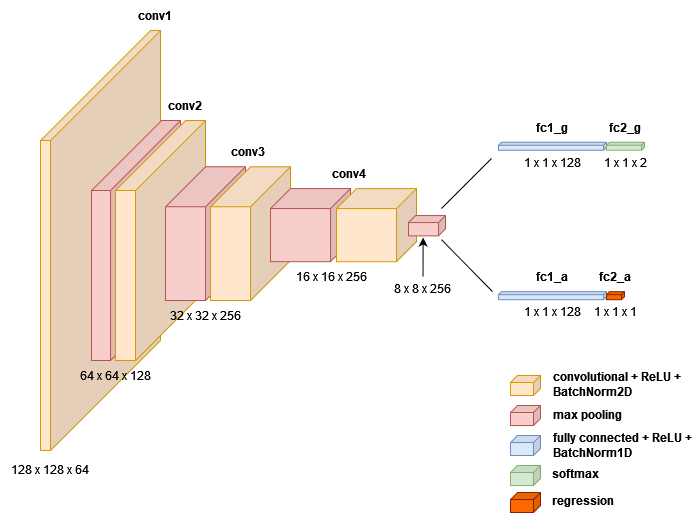
Before: Latex/images/shared_cnn.png, a diagram exported from draw.io (plspeziali/AgeGender-CNN). Source tidied: cells renumbered, new cells last; positions are measured from the earlier drawing's top-left corner, leaving out a move shared by most shapes. Its diagram source:
```xml
<mxGraphModel>
  <root>
    <mxCell id="0" />
    <mxCell id="1" parent="0" />
    <mxCell id="2" style="shape=cube;whiteSpace=wrap;html=1;boundedLbl=1;backgroundOutline=1;darkOpacity=0.05;darkOpacity2=0.1;size=110;direction=east;flipH=1;fillColor=#ffe6cc;strokeColor=#d79b00;" parent="1" vertex="1">
      <mxGeometry x="40" y="30" width="120" height="420" as="geometry" />
    </mxCell>
    <mxCell id="3" style="shape=cube;whiteSpace=wrap;html=1;boundedLbl=1;backgroundOutline=1;darkOpacity=0.05;darkOpacity2=0.1;size=70;direction=east;flipH=1;fillColor=#f8cecc;strokeColor=#b85450;" parent="1" vertex="1">
      <mxGeometry x="91" y="120" width="89" height="240" as="geometry" />
    </mxCell>
    <mxCell id="4" style="shape=cube;whiteSpace=wrap;html=1;boundedLbl=1;backgroundOutline=1;darkOpacity=0.05;darkOpacity2=0.1;size=70;direction=east;flipH=1;fillColor=#ffe6cc;strokeColor=#d79b00;" parent="1" vertex="1">
      <mxGeometry x="115" y="120" width="90" height="240" as="geometry" />
    </mxCell>
    <mxCell id="5" style="shape=cube;whiteSpace=wrap;html=1;boundedLbl=1;backgroundOutline=1;darkOpacity=0.05;darkOpacity2=0.1;size=40;direction=east;flipH=1;fillColor=#f8cecc;strokeColor=#b85450;" parent="1" vertex="1">
      <mxGeometry x="165" y="166.2" width="80" height="133.8" as="geometry" />
    </mxCell>
    <mxCell id="6" style="shape=cube;whiteSpace=wrap;html=1;boundedLbl=1;backgroundOutline=1;darkOpacity=0.05;darkOpacity2=0.1;size=40;direction=east;flipH=1;fillColor=#ffe6cc;strokeColor=#d79b00;" parent="1" vertex="1">
      <mxGeometry x="210" y="166.2" width="80" height="133.8" as="geometry" />
    </mxCell>
    <mxCell id="7" style="shape=cube;whiteSpace=wrap;html=1;boundedLbl=1;backgroundOutline=1;darkOpacity=0.05;darkOpacity2=0.1;size=20;direction=east;flipH=1;fillColor=#f8cecc;strokeColor=#b85450;" parent="1" vertex="1">
      <mxGeometry x="270" y="188" width="80" height="73.1" as="geometry" />
    </mxCell>
    <mxCell id="8" style="shape=cube;whiteSpace=wrap;html=1;boundedLbl=1;backgroundOutline=1;darkOpacity=0.05;darkOpacity2=0.1;size=3;direction=east;flipH=1;fillColor=#dae8fc;strokeColor=#6c8ebf;" parent="1" vertex="1">
      <mxGeometry x="498" y="141.8" width="108" height="8" as="geometry" />
    </mxCell>
    <mxCell id="9" style="shape=cube;whiteSpace=wrap;html=1;boundedLbl=1;backgroundOutline=1;darkOpacity=0.05;darkOpacity2=0.1;size=7;direction=east;flipH=1;fillColor=#ffe6cc;strokeColor=#d79b00;" parent="1" vertex="1">
      <mxGeometry x="510" y="374.9" width="30" height="20" as="geometry" />
    </mxCell>
    <mxCell id="10" style="shape=cube;whiteSpace=wrap;html=1;boundedLbl=1;backgroundOutline=1;darkOpacity=0.05;darkOpacity2=0.1;size=7;direction=east;flipH=1;fillColor=#f8cecc;strokeColor=#b85450;" parent="1" vertex="1">
      <mxGeometry x="510" y="404.9" width="30" height="20" as="geometry" />
    </mxCell>
    <mxCell id="11" style="shape=cube;whiteSpace=wrap;html=1;boundedLbl=1;backgroundOutline=1;darkOpacity=0.05;darkOpacity2=0.1;size=7;direction=east;flipH=1;fillColor=#dae8fc;strokeColor=#6c8ebf;" parent="1" vertex="1">
      <mxGeometry x="510" y="434.9" width="30" height="20" as="geometry" />
    </mxCell>
    <mxCell id="12" style="shape=cube;whiteSpace=wrap;html=1;boundedLbl=1;backgroundOutline=1;darkOpacity=0.05;darkOpacity2=0.1;size=3;direction=east;flipH=1;fillColor=#d5e8d4;strokeColor=#82b366;" parent="1" vertex="1">
      <mxGeometry x="606" y="141.8" width="38" height="8" as="geometry" />
    </mxCell>
    <mxCell id="13" style="shape=cube;whiteSpace=wrap;html=1;boundedLbl=1;backgroundOutline=1;darkOpacity=0.05;darkOpacity2=0.1;size=7;direction=east;flipH=1;fillColor=#d5e8d4;strokeColor=#82b366;" parent="1" vertex="1">
      <mxGeometry x="510" y="464.9" width="30" height="20" as="geometry" />
    </mxCell>
    <mxCell id="14" value="&lt;b&gt;conv1&lt;/b&gt;" style="text;html=1;strokeColor=none;fillColor=none;align=center;verticalAlign=middle;whiteSpace=wrap;rounded=0;" parent="1" vertex="1">
      <mxGeometry x="135" width="40" height="30" as="geometry" />
    </mxCell>
    <mxCell id="15" value="&lt;b&gt;conv2&lt;/b&gt;" style="text;html=1;strokeColor=none;fillColor=none;align=center;verticalAlign=middle;whiteSpace=wrap;rounded=0;" parent="1" vertex="1">
      <mxGeometry x="165" y="90" width="40" height="30" as="geometry" />
    </mxCell>
    <mxCell id="16" value="&lt;b&gt;conv3&lt;/b&gt;" style="text;html=1;strokeColor=none;fillColor=none;align=center;verticalAlign=middle;whiteSpace=wrap;rounded=0;" parent="1" vertex="1">
      <mxGeometry x="228" y="136.2" width="40" height="30" as="geometry" />
    </mxCell>
    <mxCell id="17" value="&lt;b&gt;conv4&lt;/b&gt;" style="text;html=1;strokeColor=none;fillColor=none;align=center;verticalAlign=middle;whiteSpace=wrap;rounded=0;" parent="1" vertex="1">
      <mxGeometry x="329" y="158" width="40" height="30" as="geometry" />
    </mxCell>
    <mxCell id="18" value="&lt;b&gt;fc1_g&lt;/b&gt;" style="text;html=1;strokeColor=none;fillColor=none;align=center;verticalAlign=middle;whiteSpace=wrap;rounded=0;" parent="1" vertex="1">
      <mxGeometry x="532" y="111.8" width="40" height="30" as="geometry" />
    </mxCell>
    <mxCell id="19" value="128 x 128 x 64" style="text;html=1;strokeColor=none;fillColor=none;align=center;verticalAlign=middle;whiteSpace=wrap;rounded=0;" parent="1" vertex="1">
      <mxGeometry y="450" width="99" height="37" as="geometry" />
    </mxCell>
    <mxCell id="20" value="64 x 64 x 128" style="text;html=1;strokeColor=none;fillColor=none;align=center;verticalAlign=middle;whiteSpace=wrap;rounded=0;" parent="1" vertex="1">
      <mxGeometry x="66" y="360" width="99" height="30" as="geometry" />
    </mxCell>
    <mxCell id="21" value="32 x 32 x 256" style="text;html=1;strokeColor=none;fillColor=none;align=center;verticalAlign=middle;whiteSpace=wrap;rounded=0;" parent="1" vertex="1">
      <mxGeometry x="155.5" y="300" width="99" height="30" as="geometry" />
    </mxCell>
    <mxCell id="22" value="16 x 16 x 256" style="text;html=1;strokeColor=none;fillColor=none;align=center;verticalAlign=middle;whiteSpace=wrap;rounded=0;" parent="1" vertex="1">
      <mxGeometry x="282" y="261.1" width="99" height="30" as="geometry" />
    </mxCell>
    <mxCell id="23" value="8 x 8 x 256" style="text;html=1;strokeColor=none;fillColor=none;align=center;verticalAlign=middle;whiteSpace=wrap;rounded=0;" parent="1" vertex="1">
      <mxGeometry x="373" y="276.1" width="99" height="23.9" as="geometry" />
    </mxCell>
    <mxCell id="24" style="endArrow=classic;html=1;entryX=0.605;entryY=1.084;entryDx=0;entryDy=0;entryPerimeter=0;" parent="1" edge="1" source="23" target="31">
      <mxGeometry relative="1" as="geometry" />
    </mxCell>
    <mxCell id="25" value="1 x 1 x 2" style="text;html=1;strokeColor=none;fillColor=none;align=center;verticalAlign=middle;whiteSpace=wrap;rounded=0;" parent="1" vertex="1">
      <mxGeometry x="575.5" y="149.8" width="99" height="24" as="geometry" />
    </mxCell>
    <mxCell id="26" value="convolutional + ReLU + BatchNorm2D" style="text;html=1;strokeColor=none;fillColor=none;align=left;verticalAlign=middle;whiteSpace=wrap;rounded=0;fontStyle=1;" parent="1" vertex="1">
      <mxGeometry x="551" y="372" width="138" height="23.9" as="geometry" />
    </mxCell>
    <mxCell id="27" value="max pooling" style="text;html=1;strokeColor=none;fillColor=none;align=left;verticalAlign=middle;whiteSpace=wrap;rounded=0;fontStyle=1;" parent="1" vertex="1">
      <mxGeometry x="551" y="402" width="138" height="23.9" as="geometry" />
    </mxCell>
    <mxCell id="28" value="fully connected + ReLU + BatchNorm1D" style="text;html=1;strokeColor=none;fillColor=none;align=left;verticalAlign=middle;whiteSpace=wrap;rounded=0;fontStyle=1;" parent="1" vertex="1">
      <mxGeometry x="551" y="433.1" width="147" height="23.9" as="geometry" />
    </mxCell>
    <mxCell id="29" value="softmax" style="text;html=1;strokeColor=none;fillColor=none;align=left;verticalAlign=middle;whiteSpace=wrap;rounded=0;fontStyle=1;" parent="1" vertex="1">
      <mxGeometry x="550" y="461.1" width="138" height="23.9" as="geometry" />
    </mxCell>
    <mxCell id="30" style="shape=cube;whiteSpace=wrap;html=1;boundedLbl=1;backgroundOutline=1;darkOpacity=0.05;darkOpacity2=0.1;size=20;direction=east;flipH=1;fillColor=#ffe6cc;strokeColor=#d79b00;" parent="1" vertex="1">
      <mxGeometry x="336" y="188" width="80" height="73.1" as="geometry" />
    </mxCell>
    <mxCell id="31" style="shape=cube;whiteSpace=wrap;html=1;boundedLbl=1;backgroundOutline=1;darkOpacity=0.05;darkOpacity2=0.1;size=7;direction=east;flipH=1;fillColor=#f8cecc;strokeColor=#b85450;" parent="1" vertex="1">
      <mxGeometry x="408" y="215" width="37" height="20.3" as="geometry" />
    </mxCell>
    <mxCell id="32" value="1 x 1 x 128" style="text;html=1;strokeColor=none;fillColor=none;align=center;verticalAlign=middle;whiteSpace=wrap;rounded=0;" parent="1" vertex="1">
      <mxGeometry x="502.5" y="149.8" width="99" height="24" as="geometry" />
    </mxCell>
    <mxCell id="33" value="&lt;b&gt;fc2_g&lt;/b&gt;" style="text;html=1;strokeColor=none;fillColor=none;align=center;verticalAlign=middle;whiteSpace=wrap;rounded=0;" parent="1" vertex="1">
      <mxGeometry x="605" y="111.8" width="40" height="30" as="geometry" />
    </mxCell>
    <mxCell id="34" style="endArrow=none;html=1;rounded=0;" parent="1" edge="1">
      <mxGeometry relative="1" as="geometry">
        <mxPoint x="441" y="208" as="sourcePoint" />
        <mxPoint x="491" y="158" as="targetPoint" />
      </mxGeometry>
    </mxCell>
    <mxCell id="35" style="shape=cube;whiteSpace=wrap;html=1;boundedLbl=1;backgroundOutline=1;darkOpacity=0.05;darkOpacity2=0.1;size=7;direction=east;flipH=1;fillColor=#fa6800;strokeColor=#852400;fontColor=#000000;" parent="1" vertex="1">
      <mxGeometry x="510" y="492" width="30" height="20" as="geometry" />
    </mxCell>
    <mxCell id="36" value="regression" style="text;html=1;strokeColor=none;fillColor=none;align=left;verticalAlign=middle;whiteSpace=wrap;rounded=0;fontStyle=1;" parent="1" vertex="1">
      <mxGeometry x="550" y="488.1" width="138" height="23.9" as="geometry" />
    </mxCell>
    <mxCell id="37" style="endArrow=none;html=1;rounded=0;" parent="1" edge="1">
      <mxGeometry relative="1" as="geometry">
        <mxPoint x="441" y="239.1" as="sourcePoint" />
        <mxPoint x="492" y="291.1" as="targetPoint" />
      </mxGeometry>
    </mxCell>
    <mxCell id="38" style="shape=cube;whiteSpace=wrap;html=1;boundedLbl=1;backgroundOutline=1;darkOpacity=0.05;darkOpacity2=0.1;size=3;direction=east;flipH=1;fillColor=#dae8fc;strokeColor=#6c8ebf;" parent="1" vertex="1">
      <mxGeometry x="498" y="291.1" width="108" height="8" as="geometry" />
    </mxCell>
    <mxCell id="39" style="shape=cube;whiteSpace=wrap;html=1;boundedLbl=1;backgroundOutline=1;darkOpacity=0.05;darkOpacity2=0.1;size=3;direction=east;flipH=1;fillColor=#fa6800;strokeColor=#852400;fontColor=#000000;" parent="1" vertex="1">
      <mxGeometry x="606" y="291.1" width="18" height="8" as="geometry" />
    </mxCell>
    <mxCell id="40" value="&lt;b&gt;fc1_a&lt;/b&gt;" style="text;html=1;strokeColor=none;fillColor=none;align=center;verticalAlign=middle;whiteSpace=wrap;rounded=0;" parent="1" vertex="1">
      <mxGeometry x="532" y="261.1" width="40" height="30" as="geometry" />
    </mxCell>
    <mxCell id="41" value="1 x 1 x 1" style="text;html=1;strokeColor=none;fillColor=none;align=center;verticalAlign=middle;whiteSpace=wrap;rounded=0;" parent="1" vertex="1">
      <mxGeometry x="565.5" y="299.1" width="99" height="24" as="geometry" />
    </mxCell>
    <mxCell id="42" value="1 x 1 x 128" style="text;html=1;strokeColor=none;fillColor=none;align=center;verticalAlign=middle;whiteSpace=wrap;rounded=0;" parent="1" vertex="1">
      <mxGeometry x="502.5" y="299.1" width="99" height="24" as="geometry" />
    </mxCell>
    <mxCell id="43" value="&lt;b&gt;fc2_a&lt;/b&gt;" style="text;html=1;strokeColor=none;fillColor=none;align=center;verticalAlign=middle;whiteSpace=wrap;rounded=0;" parent="1" vertex="1">
      <mxGeometry x="595" y="261.1" width="40" height="30" as="geometry" />
    </mxCell>
  </root>
</mxGraphModel>
```
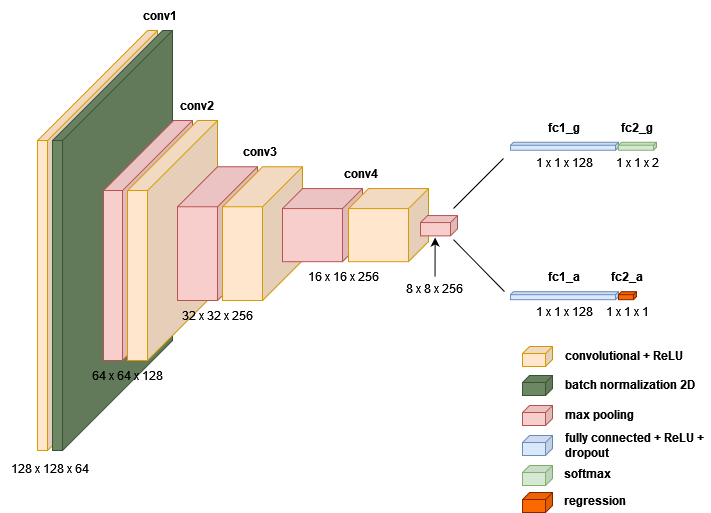
Later version of the same file.

Diff of the diagram source:
```diff
@@ -2,7 +2,16 @@
   <root>
     <mxCell id="0" />
     <mxCell id="1" parent="0" />
+    <mxCell id="44" style="shape=cube;whiteSpace=wrap;html=1;boundedLbl=1;backgroundOutline=1;darkOpacity=0.05;darkOpacity2=0.1;size=110;direction=east;flipH=1;fillColor=#ffe6cc;strokeColor=#d79b00;" parent="1" vertex="1">
+      <mxGeometry x="25" y="30" width="120" height="420" as="geometry" />
+    </mxCell>
+    <mxCell id="14" value="&lt;b&gt;conv1&lt;/b&gt;" style="text;html=1;strokeColor=none;fillColor=none;align=center;verticalAlign=middle;whiteSpace=wrap;rounded=0;" parent="1" vertex="1">
+      <mxGeometry x="128" width="40" height="30" as="geometry" />
+    </mxCell>
+    <mxCell id="19" value="128 x 128 x 64" style="text;html=1;strokeColor=none;fillColor=none;align=center;verticalAlign=middle;whiteSpace=wrap;rounded=0;" parent="1" vertex="1">
+      <mxGeometry x="-12" y="450" width="99" height="37" as="geometry" />
+    </mxCell>
-    <mxCell id="2" style="shape=cube;whiteSpace=wrap;html=1;boundedLbl=1;backgroundOutline=1;darkOpacity=0.05;darkOpacity2=0.1;size=110;direction=east;flipH=1;fillColor=#ffe6cc;strokeColor=#d79b00;" parent="1" vertex="1">
+    <mxCell id="2" style="shape=cube;whiteSpace=wrap;html=1;boundedLbl=1;backgroundOutline=1;darkOpacity=0.05;darkOpacity2=0.1;size=110;direction=east;flipH=1;fillColor=#6d8764;strokeColor=#3A5431;fontColor=#ffffff;" parent="1" vertex="1">
       <mxGeometry x="40" y="30" width="120" height="420" as="geometry" />
     </mxCell>
     <mxCell id="3" style="shape=cube;whiteSpace=wrap;html=1;boundedLbl=1;backgroundOutline=1;darkOpacity=0.05;darkOpacity2=0.1;size=70;direction=east;flipH=1;fillColor=#f8cecc;strokeColor=#b85450;" parent="1" vertex="1">
@@ -23,7 +32,7 @@
     <mxCell id="8" style="shape=cube;whiteSpace=wrap;html=1;boundedLbl=1;backgroundOutline=1;darkOpacity=0.05;darkOpacity2=0.1;size=3;direction=east;flipH=1;fillColor=#dae8fc;strokeColor=#6c8ebf;" parent="1" vertex="1">
       <mxGeometry x="498" y="141.8" width="108" height="8" as="geometry" />
     </mxCell>
-    <mxCell id="9" style="shape=cube;whiteSpace=wrap;html=1;boundedLbl=1;backgroundOutline=1;darkOpacity=0.05;darkOpacity2=0.1;size=7;direction=east;flipH=1;fillColor=#ffe6cc;strokeColor=#d79b00;" parent="1" vertex="1">
+    <mxCell id="9" style="shape=cube;whiteSpace=wrap;html=1;boundedLbl=1;backgroundOutline=1;darkOpacity=0.05;darkOpacity2=0.1;size=7;direction=east;flipH=1;fillColor=#6d8764;strokeColor=#3A5431;fontColor=#ffffff;" parent="1" vertex="1">
       <mxGeometry x="510" y="374.9" width="30" height="20" as="geometry" />
     </mxCell>
     <mxCell id="10" style="shape=cube;whiteSpace=wrap;html=1;boundedLbl=1;backgroundOutline=1;darkOpacity=0.05;darkOpacity2=0.1;size=7;direction=east;flipH=1;fillColor=#f8cecc;strokeColor=#b85450;" parent="1" vertex="1">
@@ -38,9 +47,6 @@
     <mxCell id="13" style="shape=cube;whiteSpace=wrap;html=1;boundedLbl=1;backgroundOutline=1;darkOpacity=0.05;darkOpacity2=0.1;size=7;direction=east;flipH=1;fillColor=#d5e8d4;strokeColor=#82b366;" parent="1" vertex="1">
       <mxGeometry x="510" y="464.9" width="30" height="20" as="geometry" />
     </mxCell>
-    <mxCell id="14" value="&lt;b&gt;conv1&lt;/b&gt;" style="text;html=1;strokeColor=none;fillColor=none;align=center;verticalAlign=middle;whiteSpace=wrap;rounded=0;" parent="1" vertex="1">
-      <mxGeometry x="135" width="40" height="30" as="geometry" />
-    </mxCell>
     <mxCell id="15" value="&lt;b&gt;conv2&lt;/b&gt;" style="text;html=1;strokeColor=none;fillColor=none;align=center;verticalAlign=middle;whiteSpace=wrap;rounded=0;" parent="1" vertex="1">
       <mxGeometry x="165" y="90" width="40" height="30" as="geometry" />
     </mxCell>
@@ -53,9 +59,6 @@
     <mxCell id="18" value="&lt;b&gt;fc1_g&lt;/b&gt;" style="text;html=1;strokeColor=none;fillColor=none;align=center;verticalAlign=middle;whiteSpace=wrap;rounded=0;" parent="1" vertex="1">
       <mxGeometry x="532" y="111.8" width="40" height="30" as="geometry" />
     </mxCell>
-    <mxCell id="19" value="128 x 128 x 64" style="text;html=1;strokeColor=none;fillColor=none;align=center;verticalAlign=middle;whiteSpace=wrap;rounded=0;" parent="1" vertex="1">
-      <mxGeometry y="450" width="99" height="37" as="geometry" />
-    </mxCell>
     <mxCell id="20" value="64 x 64 x 128" style="text;html=1;strokeColor=none;fillColor=none;align=center;verticalAlign=middle;whiteSpace=wrap;rounded=0;" parent="1" vertex="1">
       <mxGeometry x="66" y="360" width="99" height="30" as="geometry" />
     </mxCell>
@@ -74,13 +77,13 @@
     <mxCell id="25" value="1 x 1 x 2" style="text;html=1;strokeColor=none;fillColor=none;align=center;verticalAlign=middle;whiteSpace=wrap;rounded=0;" parent="1" vertex="1">
       <mxGeometry x="575.5" y="149.8" width="99" height="24" as="geometry" />
     </mxCell>
-    <mxCell id="26" value="convolutional + ReLU + BatchNorm2D" style="text;html=1;strokeColor=none;fillColor=none;align=left;verticalAlign=middle;whiteSpace=wrap;rounded=0;fontStyle=1;" parent="1" vertex="1">
+    <mxCell id="26" value="batch normalization 2D" style="text;html=1;strokeColor=none;fillColor=none;align=left;verticalAlign=middle;whiteSpace=wrap;rounded=0;fontStyle=1;" parent="1" vertex="1">
       <mxGeometry x="551" y="372" width="138" height="23.9" as="geometry" />
     </mxCell>
     <mxCell id="27" value="max pooling" style="text;html=1;strokeColor=none;fillColor=none;align=left;verticalAlign=middle;whiteSpace=wrap;rounded=0;fontStyle=1;" parent="1" vertex="1">
       <mxGeometry x="551" y="402" width="138" height="23.9" as="geometry" />
     </mxCell>
-    <mxCell id="28" value="fully connected + ReLU + BatchNorm1D" style="text;html=1;strokeColor=none;fillColor=none;align=left;verticalAlign=middle;whiteSpace=wrap;rounded=0;fontStyle=1;" parent="1" vertex="1">
+    <mxCell id="28" value="fully connected + ReLU + dropout" style="text;html=1;strokeColor=none;fillColor=none;align=left;verticalAlign=middle;whiteSpace=wrap;rounded=0;fontStyle=1;" parent="1" vertex="1">
       <mxGeometry x="551" y="433.1" width="147" height="23.9" as="geometry" />
     </mxCell>
     <mxCell id="29" value="softmax" style="text;html=1;strokeColor=none;fillColor=none;align=left;verticalAlign=middle;whiteSpace=wrap;rounded=0;fontStyle=1;" parent="1" vertex="1">
@@ -134,5 +137,11 @@
     <mxCell id="43" value="&lt;b&gt;fc2_a&lt;/b&gt;" style="text;html=1;strokeColor=none;fillColor=none;align=center;verticalAlign=middle;whiteSpace=wrap;rounded=0;" parent="1" vertex="1">
       <mxGeometry x="595" y="261.1" width="40" height="30" as="geometry" />
     </mxCell>
+    <mxCell id="45" style="shape=cube;whiteSpace=wrap;html=1;boundedLbl=1;backgroundOutline=1;darkOpacity=0.05;darkOpacity2=0.1;size=7;direction=east;flipH=1;fillColor=#ffe6cc;strokeColor=#d79b00;" parent="1" vertex="1">
+      <mxGeometry x="510" y="345.9" width="30" height="20" as="geometry" />
+    </mxCell>
+    <mxCell id="46" value="convolutional + ReLU" style="text;html=1;strokeColor=none;fillColor=none;align=left;verticalAlign=middle;whiteSpace=wrap;rounded=0;fontStyle=1;" parent="1" vertex="1">
+      <mxGeometry x="551" y="343" width="138" height="23.9" as="geometry" />
+    </mxCell>
   </root>
 </mxGraphModel>
```
